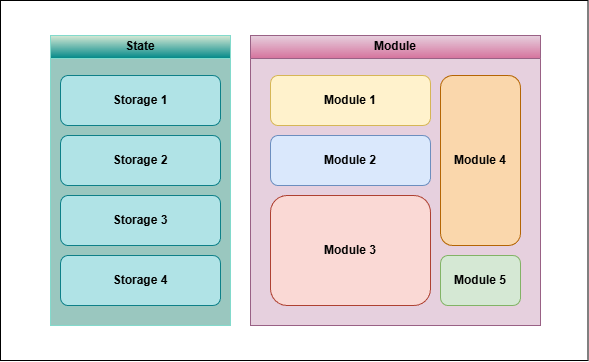
Earlier version of the draw.io export images/modular.png (0x76agabond/a-wanderer-notebook). Source tidied: cells renumbered, new cells last; positions are measured from the earlier drawing's top-left corner, leaving out a move shared by most shapes. Its diagram source:
```xml
<mxGraphModel>
  <root>
    <mxCell id="0" />
    <mxCell id="1" parent="0" />
    <mxCell id="2" style="group;" parent="1" vertex="1">
      <mxGeometry width="587.5" height="360" as="geometry" />
    </mxCell>
    <mxCell id="3" style="rounded=0;whiteSpace=wrap;html=1;" parent="2" vertex="1">
      <mxGeometry width="587.5" height="360" as="geometry" />
    </mxCell>
    <mxCell id="4" value="Module" style="swimlane;whiteSpace=wrap;html=1;fillColor=#e6d0de;strokeColor=#996185;gradientColor=#d5739d;swimlaneFillColor=#E6D0DE;" parent="2" vertex="1">
      <mxGeometry x="250" y="35" width="290" height="290" as="geometry" />
    </mxCell>
    <mxCell id="5" value="Module 4" style="rounded=1;whiteSpace=wrap;html=1;fontStyle=1;fillColor=#fad7ac;strokeColor=#b46504;" parent="4" vertex="1">
      <mxGeometry x="190" y="40" width="80" height="170" as="geometry" />
    </mxCell>
    <mxCell id="6" value="Module 1" style="rounded=1;whiteSpace=wrap;html=1;fontStyle=1;fillColor=#fff2cc;strokeColor=#d6b656;" parent="4" vertex="1">
      <mxGeometry x="20" y="40" width="160" height="50" as="geometry" />
    </mxCell>
    <mxCell id="7" value="Module 2" style="rounded=1;whiteSpace=wrap;html=1;fontStyle=1;fillColor=#dae8fc;strokeColor=#6c8ebf;" parent="4" vertex="1">
      <mxGeometry x="20" y="100" width="160" height="50" as="geometry" />
    </mxCell>
    <mxCell id="8" value="Module 3" style="rounded=1;whiteSpace=wrap;html=1;fontStyle=1;fillColor=#fad9d5;strokeColor=#ae4132;" parent="4" vertex="1">
      <mxGeometry x="20" y="160" width="160" height="110" as="geometry" />
    </mxCell>
    <mxCell id="9" value="Module 5" style="rounded=1;whiteSpace=wrap;html=1;fontStyle=1;fillColor=#d5e8d4;strokeColor=#82b366;" parent="4" vertex="1">
      <mxGeometry x="190" y="220" width="80" height="50" as="geometry" />
    </mxCell>
    <mxCell id="10" value="State" style="swimlane;whiteSpace=wrap;html=1;fillColor=#d5e8d4;gradientColor=#008888;strokeColor=#83DACC;swimlaneFillColor=#9AC7BF;" parent="2" vertex="1">
      <mxGeometry x="50" y="35" width="180" height="290" as="geometry" />
    </mxCell>
    <mxCell id="11" value="Storage 1" style="rounded=1;whiteSpace=wrap;html=1;fontStyle=1;fillColor=#b0e3e6;strokeColor=#0e8088;" parent="10" vertex="1">
      <mxGeometry x="10" y="40" width="160" height="50" as="geometry" />
    </mxCell>
    <mxCell id="12" value="Storage 2" style="rounded=1;whiteSpace=wrap;html=1;fontStyle=1;fillColor=#b0e3e6;strokeColor=#0e8088;" parent="10" vertex="1">
      <mxGeometry x="10" y="100" width="160" height="50" as="geometry" />
    </mxCell>
    <mxCell id="13" value="Storage 3" style="rounded=1;whiteSpace=wrap;html=1;fontStyle=1;fillColor=#b0e3e6;strokeColor=#0e8088;" parent="10" vertex="1">
      <mxGeometry x="10" y="160" width="160" height="50" as="geometry" />
    </mxCell>
    <mxCell id="14" value="Storage 4" style="rounded=1;whiteSpace=wrap;html=1;fontStyle=1;fillColor=#b0e3e6;strokeColor=#0e8088;" parent="10" vertex="1">
      <mxGeometry x="10" y="220" width="160" height="50" as="geometry" />
    </mxCell>
  </root>
</mxGraphModel>
```
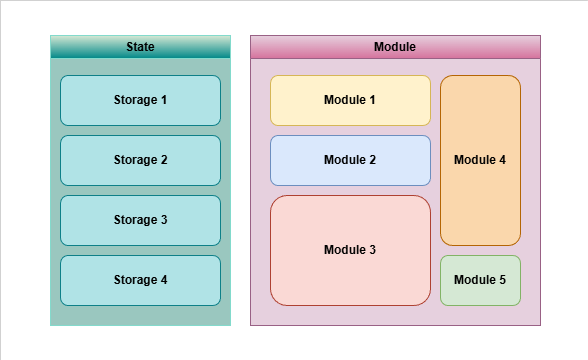
Later version of the same file.

Change to the diagram source:
```diff
@@ -2,10 +2,10 @@
   <root>
     <mxCell id="0" />
     <mxCell id="1" parent="0" />
-    <mxCell id="2" style="group;" parent="1" vertex="1">
+    <mxCell id="2" style="group;strokeWidth=0;strokeColor=none;" parent="1" vertex="1">
       <mxGeometry width="587.5" height="360" as="geometry" />
     </mxCell>
-    <mxCell id="3" style="rounded=0;whiteSpace=wrap;html=1;" parent="2" vertex="1">
+    <mxCell id="3" style="rounded=0;whiteSpace=wrap;html=1;strokeWidth=0;" parent="2" vertex="1">
       <mxGeometry width="587.5" height="360" as="geometry" />
     </mxCell>
     <mxCell id="4" value="Module" style="swimlane;whiteSpace=wrap;html=1;fillColor=#e6d0de;strokeColor=#996185;gradientColor=#d5739d;swimlaneFillColor=#E6D0DE;" parent="2" vertex="1">
```
